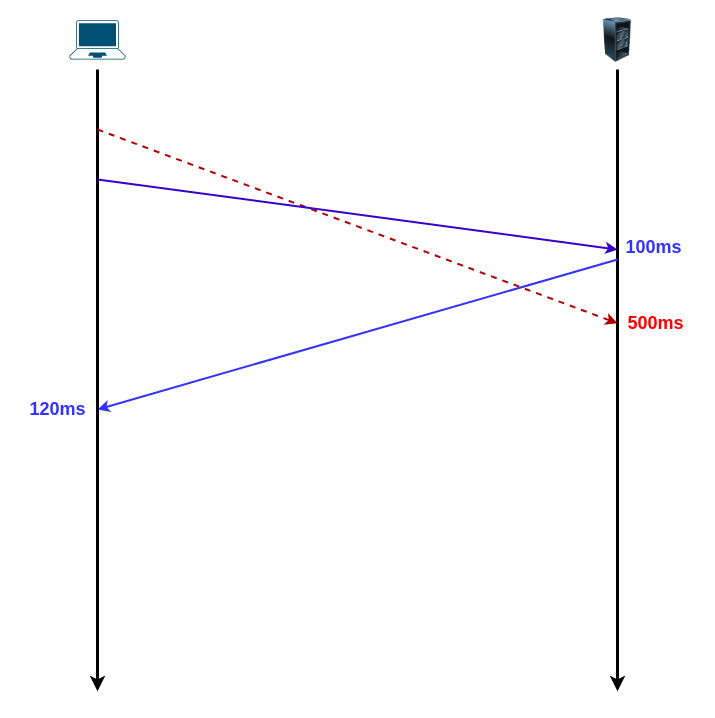
This is tcp-handshake.drawio from auula/draw.io, a draw.io file, before an edit. Source tidied: cells renumbered, new cells numbered last; positions are measured from the earlier drawing's top-left corner, leaving out a move shared by most shapes. Both pictures are drawn from the tidied source at 100%, with x=0, y=0 at pixel (17, 17).
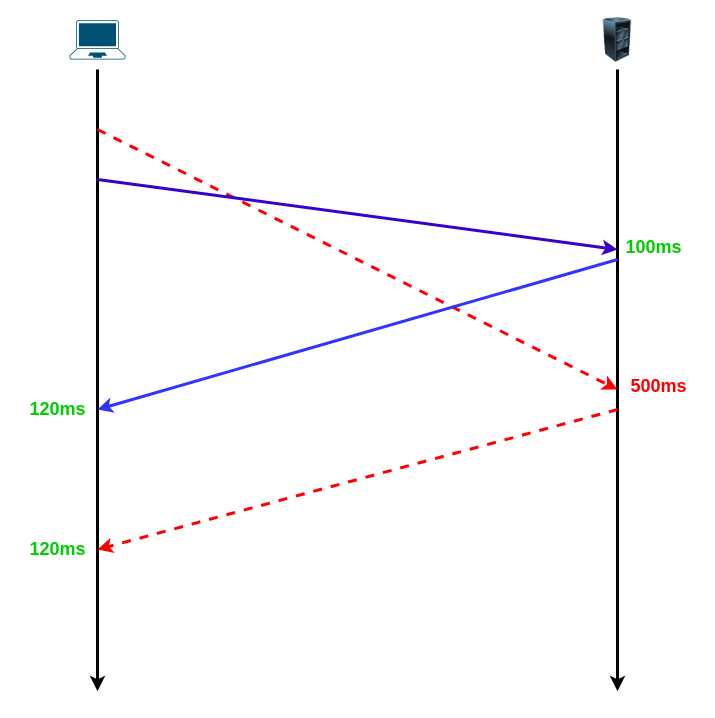
Above is the later version.

The edit, as a diff of the source:
```diff
@@
 <mxGraphModel>
   <root>
     <mxCell id="0" />
     <mxCell id="1" parent="0" />
     <mxCell id="2" style="verticalLabelPosition=bottom;sketch=0;html=1;verticalAlign=top;align=center;shape=mxgraph.cisco19.laptop;fillColor=#005073;strokeColor=none;" parent="1" vertex="1">
       <mxGeometry x="52" y="2.8" width="56" height="39.2" as="geometry" />
     </mxCell>
     <mxCell id="3" style="image;html=1;image=img/lib/clip_art/computers/Server_Rack_Partial_128x128.png;" parent="1" vertex="1">
       <mxGeometry x="580" width="40" height="45" as="geometry" />
     </mxCell>
     <mxCell id="4" style="endArrow=classic;html=1;rounded=0;strokeWidth=3;" parent="1" edge="1">
       <mxGeometry relative="1" as="geometry">
         <mxPoint x="80" y="52" as="sourcePoint" />
         <mxPoint x="80" y="673.8" as="targetPoint" />
       </mxGeometry>
     </mxCell>
     <mxCell id="5" style="endArrow=classic;html=1;rounded=0;strokeWidth=3;" parent="1" edge="1">
       <mxGeometry relative="1" as="geometry">
         <mxPoint x="600" y="52" as="sourcePoint" />
         <mxPoint x="600" y="673.8" as="targetPoint" />
       </mxGeometry>
     </mxCell>
-    <mxCell id="6" style="endArrow=classic;html=1;rounded=0;strokeWidth=2;fillColor=#e51400;strokeColor=#B20000;dashed=1;" parent="1" edge="1">
+    <mxCell id="6" style="endArrow=classic;html=1;rounded=0;strokeWidth=3;fillColor=#e51400;strokeColor=#FF0000;dashed=1;" parent="1" edge="1">
       <mxGeometry relative="1" as="geometry">
         <mxPoint x="80" y="112" as="sourcePoint" />
-        <mxPoint x="600" y="305.8" as="targetPoint" />
+        <mxPoint x="600" y="372" as="targetPoint" />
       </mxGeometry>
     </mxCell>
-    <mxCell id="7" style="endArrow=classic;html=1;rounded=0;fontSize=14;strokeWidth=2;fillColor=#6a00ff;strokeColor=#3700CC;" parent="1" edge="1">
+    <mxCell id="7" style="endArrow=classic;html=1;rounded=0;fontSize=14;strokeWidth=3;fillColor=#6a00ff;strokeColor=#3700CC;" parent="1" edge="1">
       <mxGeometry relative="1" as="geometry">
         <mxPoint x="80" y="162" as="sourcePoint" />
         <mxPoint x="600" y="232" as="targetPoint" />
       </mxGeometry>
     </mxCell>
-    <mxCell id="8" value="&lt;font color=&quot;#3333ff&quot; style=&quot;font-size: 18px;&quot;&gt;&lt;b style=&quot;&quot;&gt;100ms&lt;/b&gt;&lt;/font&gt;" style="text;html=1;align=center;verticalAlign=middle;strokeColor=none;fillColor=none;fontSize=14;" parent="1" vertex="1">
+    <mxCell id="8" value="&lt;font color=&quot;#00cc00&quot; style=&quot;font-size: 18px;&quot;&gt;&lt;b style=&quot;&quot;&gt;100ms&lt;/b&gt;&lt;/font&gt;" style="text;html=1;align=center;verticalAlign=middle;strokeColor=none;fillColor=none;fontSize=14;" parent="1" vertex="1">
       <mxGeometry x="596" y="210" width="80" height="40" as="geometry" />
     </mxCell>
     <mxCell id="9" value="&lt;b&gt;&lt;font color=&quot;#ff0000&quot;&gt;500ms&lt;/font&gt;&lt;/b&gt;" style="text;html=1;align=center;verticalAlign=middle;strokeColor=none;fillColor=none;fontSize=18;fontColor=#3333FF;" parent="1" vertex="1">
-      <mxGeometry x="598" y="286" width="80" height="40" as="geometry" />
+      <mxGeometry x="601" y="349" width="80" height="40" as="geometry" />
     </mxCell>
-    <mxCell id="10" style="endArrow=classic;html=1;rounded=0;fontSize=18;fontColor=#FF0000;strokeWidth=2;strokeColor=#3333FF;" parent="1" edge="1">
+    <mxCell id="10" style="endArrow=classic;html=1;rounded=0;fontSize=18;fontColor=#FF0000;strokeWidth=3;strokeColor=#3333FF;" parent="1" edge="1">
       <mxGeometry relative="1" as="geometry">
         <mxPoint x="600" y="242" as="sourcePoint" />
         <mxPoint x="80" y="392" as="targetPoint" />
       </mxGeometry>
     </mxCell>
-    <mxCell id="11" value="&lt;font color=&quot;#3333ff&quot;&gt;&lt;b&gt;120ms&lt;/b&gt;&lt;/font&gt;" style="text;html=1;align=center;verticalAlign=middle;strokeColor=none;fillColor=none;fontSize=18;fontColor=#FF0000;" parent="1" vertex="1">
+    <mxCell id="11" value="&lt;b style=&quot;&quot;&gt;&lt;font color=&quot;#00cc00&quot;&gt;120ms&lt;/font&gt;&lt;/b&gt;" style="text;html=1;align=center;verticalAlign=middle;strokeColor=none;fillColor=none;fontSize=18;fontColor=#FF0000;" parent="1" vertex="1">
       <mxGeometry y="372" width="80" height="40" as="geometry" />
     </mxCell>
+    <mxCell id="12" style="endArrow=classic;html=1;rounded=0;fontSize=18;fontColor=#3333FF;strokeColor=#FF0000;strokeWidth=3;dashed=1;" parent="1" edge="1">
+      <mxGeometry relative="1" as="geometry">
+        <mxPoint x="600" y="392" as="sourcePoint" />
+        <mxPoint x="80" y="532" as="targetPoint" />
+      </mxGeometry>
+    </mxCell>
+    <mxCell id="13" value="&lt;b&gt;&lt;font color=&quot;#00cc00&quot;&gt;120ms&lt;/font&gt;&lt;/b&gt;" style="text;html=1;align=center;verticalAlign=middle;strokeColor=none;fillColor=none;fontSize=18;fontColor=#3333FF;" parent="1" vertex="1">
+      <mxGeometry y="512" width="80" height="40" as="geometry" />
+    </mxCell>
   </root>
 </mxGraphModel>
```
